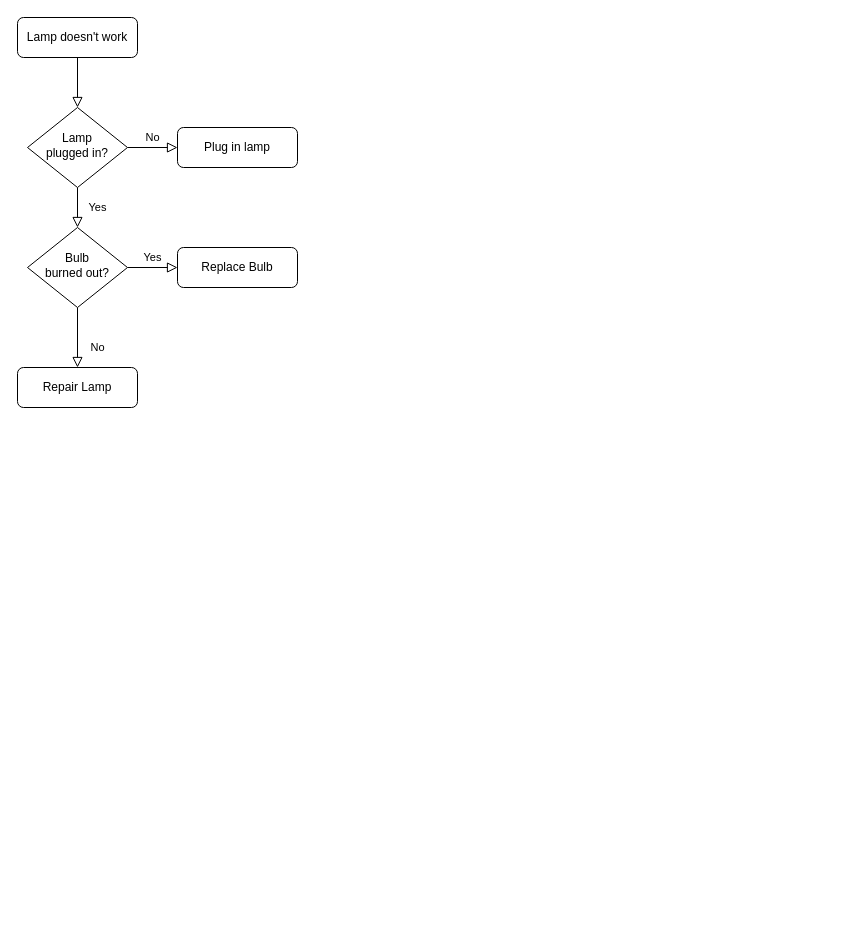
Earlier version of the draw.io diagram 商品管理.drawio (1sunzichen/1). Source tidied: cells renumbered, new cells numbered last; positions are measured from the earlier drawing's top-left corner, leaving out a move shared by most shapes. Both pictures are drawn from the tidied source at 100%, with x=0, y=0 at pixel (17, 17).
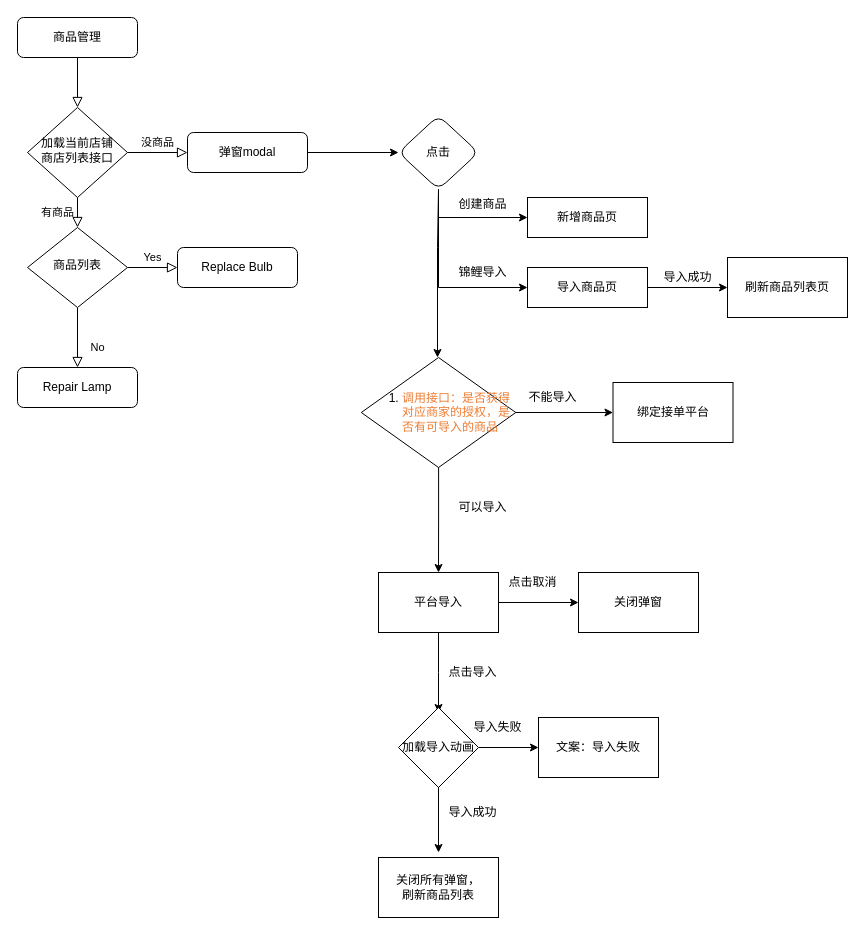
Above is the later version.

Commit message:
更新商品管理.drawio

Diff of the diagram source:
```diff
@@
-    <mxCell id="3" value="Lamp doesn't work" style="rounded=1;whiteSpace=wrap;html=1;fontSize=12;glass=0;strokeWidth=1;shadow=0;" parent="1" vertex="1">
+    <mxCell id="3" value="商品管理" style="rounded=1;whiteSpace=wrap;html=1;fontSize=12;glass=0;strokeWidth=1;shadow=0;" parent="1" vertex="1">
       <mxGeometry width="120" height="40" as="geometry" />
     </mxCell>
-    <mxCell id="4" value="Yes" style="rounded=0;html=1;jettySize=auto;fontSize=11;endArrow=block;endFill=0;endSize=8;strokeWidth=1;shadow=0;labelBackgroundColor=none;edgeStyle=orthogonalEdgeStyle;" parent="1" edge="1" source="6" target="10">
+    <mxCell id="4" value="有商品" style="rounded=0;html=1;jettySize=auto;fontSize=11;endArrow=block;endFill=0;endSize=8;strokeWidth=1;shadow=0;labelBackgroundColor=none;edgeStyle=orthogonalEdgeStyle;" parent="1" edge="1" source="6" target="10">
       <mxGeometry y="20" relative="1" as="geometry" />
     </mxCell>
-    <mxCell id="5" value="No" style="edgeStyle=orthogonalEdgeStyle;rounded=0;html=1;jettySize=auto;fontSize=11;endArrow=block;endFill=0;endSize=8;strokeWidth=1;shadow=0;labelBackgroundColor=none;" parent="1" edge="1" source="6" target="7">
+    <mxCell id="5" value="没商品" style="edgeStyle=orthogonalEdgeStyle;rounded=0;html=1;jettySize=auto;fontSize=11;endArrow=block;endFill=0;endSize=8;strokeWidth=1;shadow=0;labelBackgroundColor=none;" parent="1" edge="1" source="6" target="7">
       <mxGeometry y="10" relative="1" as="geometry" />
     </mxCell>
-    <mxCell id="6" value="Lamp&lt;br&gt;plugged in?" style="rhombus;whiteSpace=wrap;html=1;shadow=0;fontFamily=Helvetica;fontSize=12;align=center;strokeWidth=1;spacing=6;spacingTop=-4;" parent="1" vertex="1">
-      <mxGeometry x="10" y="90" width="100" height="80" as="geometry" />
+    <mxCell id="6" value="加载当前店铺&lt;br&gt;商店列表接口" style="rhombus;whiteSpace=wrap;html=1;shadow=0;fontFamily=Helvetica;fontSize=12;align=center;strokeWidth=1;spacing=6;spacingTop=-4;" parent="1" vertex="1">
+      <mxGeometry x="10" y="90" width="100" height="90" as="geometry" />
     </mxCell>
+    <mxCell id="13" style="edgeStyle=orthogonalEdgeStyle;rounded=0;jettySize=auto;html=1;" parent="1" edge="1" source="7" target="17">
+      <mxGeometry relative="1" as="geometry" />
+    </mxCell>
-    <mxCell id="7" value="Plug in lamp" style="rounded=1;whiteSpace=wrap;html=1;fontSize=12;glass=0;strokeWidth=1;shadow=0;" parent="1" vertex="1">
-      <mxGeometry x="160" y="110" width="120" height="40" as="geometry" />
+    <mxCell id="7" value="弹窗modal" style="rounded=1;whiteSpace=wrap;html=1;fontSize=12;glass=0;strokeWidth=1;shadow=0;" parent="1" vertex="1">
+      <mxGeometry x="170" y="115" width="120" height="40" as="geometry" />
     </mxCell>
@@
-    <mxCell id="10" value="Bulb&lt;br&gt;burned out?" style="rhombus;whiteSpace=wrap;html=1;shadow=0;fontFamily=Helvetica;fontSize=12;align=center;strokeWidth=1;spacing=6;spacingTop=-4;" parent="1" vertex="1">
+    <mxCell id="10" value="商品列表" style="rhombus;whiteSpace=wrap;html=1;shadow=0;fontFamily=Helvetica;fontSize=12;align=center;strokeWidth=1;spacing=6;spacingTop=-4;" parent="1" vertex="1">
       <mxGeometry x="10" y="210" width="100" height="80" as="geometry" />
     </mxCell>
@@
+    <mxCell id="14" style="edgeStyle=none;rounded=0;jettySize=auto;html=1;exitX=0.5;exitY=1;exitDx=0;exitDy=0;entryX=0.5;entryY=0;entryDx=0;entryDy=0;" parent="1" edge="1" source="17">
+      <mxGeometry relative="1" as="geometry">
+        <mxPoint x="420" y="340" as="targetPoint" />
+        <Array as="points">
+          <mxPoint x="420" y="230" />
+        </Array>
+      </mxGeometry>
+    </mxCell>
+    <mxCell id="15" style="edgeStyle=orthogonalEdgeStyle;rounded=0;jettySize=auto;html=1;exitX=0.5;exitY=1;exitDx=0;exitDy=0;entryX=0;entryY=0.5;entryDx=0;entryDy=0;" parent="1" edge="1" source="17" target="19">
+      <mxGeometry relative="1" as="geometry" />
+    </mxCell>
+    <mxCell id="16" style="edgeStyle=orthogonalEdgeStyle;rounded=0;jettySize=auto;html=1;exitX=0.5;exitY=1;exitDx=0;exitDy=0;entryX=0;entryY=0.5;entryDx=0;entryDy=0;" parent="1" edge="1" source="17" target="22">
+      <mxGeometry relative="1" as="geometry" />
+    </mxCell>
+    <mxCell id="17" value="点击" style="rhombus;whiteSpace=wrap;html=1;rounded=1;glass=0;strokeWidth=1;shadow=0;" parent="1" vertex="1">
+      <mxGeometry x="381" y="98" width="80" height="74" as="geometry" />
+    </mxCell>
+    <mxCell id="18" value="创建商品" style="text;html=1;align=center;verticalAlign=middle;strokeColor=none;fillColor=none;" parent="1" vertex="1">
+      <mxGeometry x="430" y="172" width="70" height="30" as="geometry" />
+    </mxCell>
+    <mxCell id="19" value="新增商品页" style="whiteSpace=wrap;html=1;" parent="1" vertex="1">
+      <mxGeometry x="510" y="180" width="120" height="40" as="geometry" />
+    </mxCell>
+    <mxCell id="20" style="edgeStyle=orthogonalEdgeStyle;rounded=0;orthogonalLoop=1;jettySize=auto;html=1;exitX=0.5;exitY=1;exitDx=0;exitDy=0;" parent="1" edge="1" source="19" target="19">
+      <mxGeometry relative="1" as="geometry" />
+    </mxCell>
+    <mxCell id="21" style="edgeStyle=orthogonalEdgeStyle;rounded=0;jettySize=auto;html=1;" parent="1" edge="1" source="22" target="43">
+      <mxGeometry relative="1" as="geometry" />
+    </mxCell>
+    <mxCell id="22" value="导入商品页" style="whiteSpace=wrap;html=1;" parent="1" vertex="1">
+      <mxGeometry x="510" y="250" width="120" height="40" as="geometry" />
+    </mxCell>
+    <mxCell id="23" value="锦鲤导入" style="text;html=1;align=center;verticalAlign=middle;strokeColor=none;fillColor=none;" parent="1" vertex="1">
+      <mxGeometry x="430" y="240" width="70" height="30" as="geometry" />
+    </mxCell>
+    <mxCell id="24" style="edgeStyle=orthogonalEdgeStyle;rounded=0;jettySize=auto;html=1;" parent="1" edge="1" source="26" target="27">
+      <mxGeometry relative="1" as="geometry" />
+    </mxCell>
+    <mxCell id="25" style="edgeStyle=orthogonalEdgeStyle;rounded=0;jettySize=auto;html=1;" parent="1" edge="1" source="26" target="31">
+      <mxGeometry relative="1" as="geometry" />
+    </mxCell>
+    <mxCell id="26" value="&lt;article data-clipboard-cangjie=&quot;[&amp;quot;root&amp;quot;,{&amp;quot;copyFrom&amp;quot;:1179813706},[&amp;quot;p&amp;quot;,{&amp;quot;uuid&amp;quot;:&amp;quot;l3b8t54tkflup6r41&amp;quot;,&amp;quot;list&amp;quot;:{&amp;quot;listId&amp;quot;:&amp;quot;go6oheh0hr9&amp;quot;,&amp;quot;level&amp;quot;:0,&amp;quot;isOrdered&amp;quot;:true,&amp;quot;isTaskList&amp;quot;:false,&amp;quot;isChecked&amp;quot;:false,&amp;quot;listStyleType&amp;quot;:&amp;quot;DEC_LEN_LROM_P&amp;quot;,&amp;quot;symbolStyle&amp;quot;:{&amp;quot;color&amp;quot;:&amp;quot;#DFAB01&amp;quot;,&amp;quot;shd&amp;quot;:null},&amp;quot;listStyle&amp;quot;:{&amp;quot;format&amp;quot;:&amp;quot;decimal&amp;quot;,&amp;quot;text&amp;quot;:&amp;quot;%1.&amp;quot;,&amp;quot;align&amp;quot;:&amp;quot;left&amp;quot;},&amp;quot;hideSymbol&amp;quot;:false,&amp;quot;extraData&amp;quot;:{}},&amp;quot;ind&amp;quot;:{&amp;quot;left&amp;quot;:0}},[&amp;quot;span&amp;quot;,{&amp;quot;data-type&amp;quot;:&amp;quot;text&amp;quot;},[&amp;quot;span&amp;quot;,{&amp;quot;color&amp;quot;:&amp;quot;#ED7D33&amp;quot;,&amp;quot;data-type&amp;quot;:&amp;quot;leaf&amp;quot;},&amp;quot;有获得对应商家的授权，是否有可导入的商品&amp;quot;]]]]&quot; class=&quot;4ever-article&quot;&gt;&lt;ol&gt;&lt;li&gt;&lt;div style=&quot;text-align: left;&quot;&gt;&lt;span style=&quot;color:#ED7D33&quot;&gt;调用接口：是否获得对应商家的授权，是否有可导入的商品&lt;/span&gt;&lt;/div&gt;&lt;/li&gt;&lt;/ol&gt;&lt;/article&gt;" style="rhombus;whiteSpace=wrap;html=1;" parent="1" vertex="1">
+      <mxGeometry x="343.8" y="340" width="154.5" height="110" as="geometry" />
+    </mxCell>
+    <mxCell id="27" value="绑定接单平台" style="whiteSpace=wrap;html=1;" parent="1" vertex="1">
+      <mxGeometry x="595.5" y="365" width="120" height="60" as="geometry" />
+    </mxCell>
+    <mxCell id="28" value="不能导入" style="text;html=1;align=center;verticalAlign=middle;strokeColor=none;fillColor=none;" parent="1" vertex="1">
+      <mxGeometry x="500" y="365" width="70" height="30" as="geometry" />
+    </mxCell>
+    <mxCell id="29" style="edgeStyle=orthogonalEdgeStyle;rounded=0;jettySize=auto;html=1;" parent="1" edge="1" source="31" target="33">
+      <mxGeometry relative="1" as="geometry" />
+    </mxCell>
+    <mxCell id="30" style="edgeStyle=orthogonalEdgeStyle;rounded=0;jettySize=auto;html=1;" parent="1" edge="1" source="31">
+      <mxGeometry relative="1" as="geometry">
+        <mxPoint x="421" y="695" as="targetPoint" />
+      </mxGeometry>
+    </mxCell>
+    <mxCell id="31" value="平台导入" style="whiteSpace=wrap;html=1;" parent="1" vertex="1">
+      <mxGeometry x="361" y="555" width="120" height="60" as="geometry" />
+    </mxCell>
+    <mxCell id="32" value="可以导入" style="text;html=1;align=center;verticalAlign=middle;strokeColor=none;fillColor=none;" parent="1" vertex="1">
+      <mxGeometry x="430" y="475" width="70" height="30" as="geometry" />
+    </mxCell>
+    <mxCell id="33" value="关闭弹窗" style="whiteSpace=wrap;html=1;" parent="1" vertex="1">
+      <mxGeometry x="561" y="555" width="120" height="60" as="geometry" />
+    </mxCell>
+    <mxCell id="34" value="点击取消" style="text;html=1;align=center;verticalAlign=middle;strokeColor=none;fillColor=none;" parent="1" vertex="1">
+      <mxGeometry x="480" y="550" width="70" height="30" as="geometry" />
+    </mxCell>
+    <mxCell id="35" style="edgeStyle=orthogonalEdgeStyle;rounded=0;orthogonalLoop=1;jettySize=auto;html=1;" parent="1" edge="1">
+      <mxGeometry relative="1" as="geometry">
+        <mxPoint x="421" y="755" as="sourcePoint" />
+        <mxPoint x="421" y="835" as="targetPoint" />
+      </mxGeometry>
+    </mxCell>
+    <mxCell id="36" value="点击导入" style="text;html=1;align=center;verticalAlign=middle;strokeColor=none;fillColor=none;" parent="1" vertex="1">
+      <mxGeometry x="420" y="640" width="70" height="30" as="geometry" />
+    </mxCell>
+    <mxCell id="37" value="导入成功" style="text;html=1;align=center;verticalAlign=middle;strokeColor=none;fillColor=none;" parent="1" vertex="1">
+      <mxGeometry x="420" y="780" width="70" height="30" as="geometry" />
+    </mxCell>
+    <mxCell id="38" style="edgeStyle=orthogonalEdgeStyle;rounded=0;jettySize=auto;html=1;" parent="1" edge="1" source="39" target="40">
+      <mxGeometry relative="1" as="geometry" />
+    </mxCell>
+    <mxCell id="39" value="加载导入动画" style="rhombus;whiteSpace=wrap;html=1;" parent="1" vertex="1">
+      <mxGeometry x="381" y="690" width="80" height="80" as="geometry" />
+    </mxCell>
+    <mxCell id="40" value="文案：导入失败" style="whiteSpace=wrap;html=1;" parent="1" vertex="1">
+      <mxGeometry x="521" y="700" width="120" height="60" as="geometry" />
+    </mxCell>
+    <mxCell id="41" value="关闭所有弹窗，&lt;br&gt;刷新商品列表" style="whiteSpace=wrap;html=1;" parent="1" vertex="1">
+      <mxGeometry x="361" y="840" width="120" height="60" as="geometry" />
+    </mxCell>
+    <mxCell id="42" value="&lt;span style=&quot;&quot;&gt;导入失败&lt;/span&gt;" style="text;html=1;align=center;verticalAlign=middle;strokeColor=none;fillColor=none;" parent="1" vertex="1">
+      <mxGeometry x="445" y="695" width="70" height="30" as="geometry" />
+    </mxCell>
+    <mxCell id="43" value="刷新商品列表页" style="whiteSpace=wrap;html=1;" parent="1" vertex="1">
+      <mxGeometry x="710" y="240" width="120" height="60" as="geometry" />
+    </mxCell>
+    <mxCell id="44" value="导入成功" style="text;html=1;align=center;verticalAlign=middle;strokeColor=none;fillColor=none;" parent="1" vertex="1">
+      <mxGeometry x="635" y="245" width="70" height="30" as="geometry" />
+    </mxCell>
```
